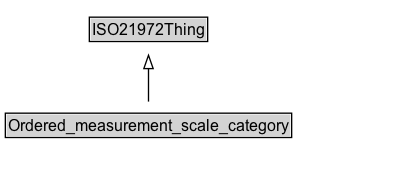
The Graphviz diagram docs/diagrams/Ordered_measurement_scale_category.dot.png in ISO-TC204/ontology-i72-v1, before a commit. Its source is kept beside it as docs/diagrams/Ordered_measurement_scale_category.dot. Its diagram source:
```dot
digraph {
	graph [overlap=false rankdir=TB splines=true]
	node [fontname=Arial fontsize=12 margin=0 shape=none]
	edge [fontname=Arial fontsize=11]
	{
		rank=max
		Ordered_measurement_scale_category [label=<<TABLE BORDER="1" CELLBORDER="0" CELLSPACING="0" CELLPADDING="1"><TR><TD BGCOLOR="lightgray" ALIGN="CENTER" PORT="e">Ordered_measurement_scale_category</TD></TR></TABLE>> URL="../Ordered_measurement_scale_category.md" margin=0]
	}
	subgraph cluster_associated {
		label="" style=invis
		Invis [label=<<TABLE BORDER="0" CELLBORDER="0" CELLSPACING="0" CELLPADDING="1"><TR><TD></TD></TR></TABLE>> margin=0 style=invis]
	}
	ISO21972Thing [label=<<TABLE BORDER="1" CELLBORDER="0" CELLSPACING="0" CELLPADDING="1"><TR><TD BGCOLOR="lightgray" ALIGN="CENTER">ISO21972Thing</TD></TR></TABLE>> URL="../ISO21972Thing.md" margin=0]
	Ordered_measurement_scale_category -> ISO21972Thing [arrowhead=onormal style=solid]
}
```
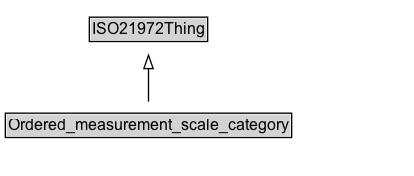
The same file after the commit.

Change to the diagram source:
```diff
@@ -3,13 +3,16 @@
 	node [fontname=Arial fontsize=12 margin=0 shape=none]
 	edge [fontname=Arial fontsize=11]
 	{
+		rank=source
+		ISO21972Thing [label=<<TABLE BORDER="1" CELLBORDER="0" CELLSPACING="0" CELLPADDING="1"><TR><TD BGCOLOR="lightgray" ALIGN="CENTER">ISO21972Thing</TD></TR></TABLE>> URL="../ISO21972Thing" margin=0]
+	}
+	Ordered_measurement_scale_category [label=<<TABLE BORDER="1" CELLBORDER="0" CELLSPACING="0" CELLPADDING="1"><TR><TD BGCOLOR="lightgray" ALIGN="CENTER">Ordered_measurement_scale_category</TD></TR></TABLE>> URL="../Ordered_measurement_scale_category" margin=0]
+	{
 		rank=max
-		Ordered_measurement_scale_category [label=<<TABLE BORDER="1" CELLBORDER="0" CELLSPACING="0" CELLPADDING="1"><TR><TD BGCOLOR="lightgray" ALIGN="CENTER" PORT="e">Ordered_measurement_scale_category</TD></TR></TABLE>> URL="../Ordered_measurement_scale_category.md" margin=0]
 	}
 	subgraph cluster_associated {
 		label="" style=invis
 		Invis [label=<<TABLE BORDER="0" CELLBORDER="0" CELLSPACING="0" CELLPADDING="1"><TR><TD></TD></TR></TABLE>> margin=0 style=invis]
 	}
-	ISO21972Thing [label=<<TABLE BORDER="1" CELLBORDER="0" CELLSPACING="0" CELLPADDING="1"><TR><TD BGCOLOR="lightgray" ALIGN="CENTER">ISO21972Thing</TD></TR></TABLE>> URL="../ISO21972Thing.md" margin=0]
 	Ordered_measurement_scale_category -> ISO21972Thing [arrowhead=onormal style=solid]
 }
```
